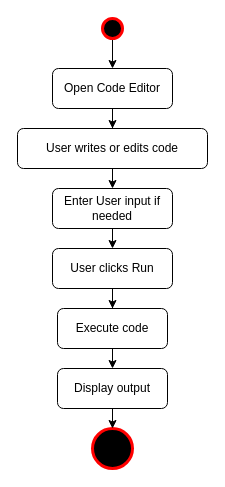
The draw.io diagram page "Run Code" (7 of 15) of Activity Diagram.drawio in shamim36/Final-Defence-Diagram, before the edit. Source tidied: cells renumbered, new cells numbered last; positions are measured from the earlier drawing's top-left corner, leaving out a move shared by most shapes. Both pictures are drawn from the tidied source at 100%, with x=0, y=0 at pixel (17, 18).
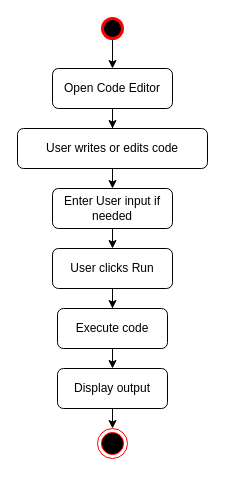
The same diagram, later.

Change to the diagram source:
```diff
@@
 <mxGraphModel>
   <root>
     <mxCell id="0" />
     <mxCell id="1" parent="0" />
     <mxCell id="2" style="edgeStyle=orthogonalEdgeStyle;rounded=0;jettySize=auto;html=1;exitX=0.5;exitY=1;exitDx=0;exitDy=0;fontFamily=Helvetica;fontSize=12;fontColor=default;" parent="1" edge="1" source="3" target="5">
       <mxGeometry relative="1" as="geometry" />
     </mxCell>
     <mxCell id="3" value="Open Code Editor" style="rounded=1;whiteSpace=wrap;html=1;fontSize=12;glass=0;strokeWidth=1;shadow=0;" parent="1" vertex="1">
       <mxGeometry x="35" y="50" width="120" height="40" as="geometry" />
     </mxCell>
     <mxCell id="4" style="edgeStyle=orthogonalEdgeStyle;rounded=0;jettySize=auto;html=1;exitX=0.5;exitY=1;exitDx=0;exitDy=0;entryX=0.5;entryY=0;entryDx=0;entryDy=0;fontFamily=Helvetica;fontSize=12;fontColor=default;" parent="1" edge="1" source="5" target="7">
       <mxGeometry relative="1" as="geometry" />
     </mxCell>
     <mxCell id="5" value="User writes or edits code" style="rounded=1;whiteSpace=wrap;html=1;fontSize=12;glass=0;strokeWidth=1;shadow=0;" parent="1" vertex="1">
       <mxGeometry y="110" width="190" height="40" as="geometry" />
     </mxCell>
     <mxCell id="6" style="edgeStyle=orthogonalEdgeStyle;rounded=0;jettySize=auto;html=1;exitX=0.5;exitY=1;exitDx=0;exitDy=0;entryX=0.5;entryY=0;entryDx=0;entryDy=0;fontFamily=Helvetica;fontSize=12;fontColor=default;" parent="1" edge="1" source="7" target="12">
       <mxGeometry relative="1" as="geometry" />
     </mxCell>
     <mxCell id="7" value="Enter User input if needed" style="rounded=1;whiteSpace=wrap;html=1;fontSize=12;glass=0;strokeWidth=1;shadow=0;" parent="1" vertex="1">
       <mxGeometry x="35" y="170" width="120" height="40" as="geometry" />
     </mxCell>
-    <mxCell id="8" style="strokeWidth=3;html=1;shape=mxgraph.flowchart.start_2;whiteSpace=wrap;sketch=0;fillStyle=solid;strokeColor=light-dark(#FF0000,#EDEDED);align=center;verticalAlign=middle;fontFamily=Helvetica;fontSize=12;fontColor=default;fillColor=#000000;" parent="1" vertex="1">
-      <mxGeometry x="75" y="410" width="40" height="40" as="geometry" />
-    </mxCell>
     <mxCell id="9" style="edgeStyle=orthogonalEdgeStyle;rounded=0;jettySize=auto;html=1;exitX=0.5;exitY=1;exitDx=0;exitDy=0;exitPerimeter=0;fontFamily=Helvetica;fontSize=12;fontColor=default;" parent="1" edge="1" source="10" target="3">
       <mxGeometry relative="1" as="geometry" />
     </mxCell>
     <mxCell id="10" style="strokeWidth=3;html=1;shape=mxgraph.flowchart.start_2;whiteSpace=wrap;sketch=0;fillStyle=solid;strokeColor=light-dark(#FF0000,#EDEDED);align=center;verticalAlign=middle;fontFamily=Helvetica;fontSize=12;fontColor=default;fillColor=#000000;" parent="1" vertex="1">
       <mxGeometry x="85" width="20" height="20" as="geometry" />
     </mxCell>
     <mxCell id="11" style="edgeStyle=orthogonalEdgeStyle;rounded=0;jettySize=auto;html=1;exitX=0.5;exitY=1;exitDx=0;exitDy=0;fontFamily=Helvetica;fontSize=12;fontColor=default;" parent="1" edge="1" source="12" target="14">
       <mxGeometry relative="1" as="geometry" />
     </mxCell>
     <mxCell id="12" value="User clicks Run" style="rounded=1;whiteSpace=wrap;html=1;fontSize=12;glass=0;strokeWidth=1;shadow=0;" parent="1" vertex="1">
       <mxGeometry x="35" y="230" width="120" height="40" as="geometry" />
     </mxCell>
     <mxCell id="13" style="edgeStyle=orthogonalEdgeStyle;rounded=0;jettySize=auto;html=1;exitX=0.5;exitY=1;exitDx=0;exitDy=0;entryX=0.5;entryY=0;entryDx=0;entryDy=0;fontFamily=Helvetica;fontSize=12;fontColor=default;" parent="1" edge="1" source="14" target="15">
       <mxGeometry relative="1" as="geometry" />
     </mxCell>
     <mxCell id="14" value="Execute code" style="rounded=1;whiteSpace=wrap;html=1;fontSize=12;glass=0;strokeWidth=1;shadow=0;" parent="1" vertex="1">
       <mxGeometry x="40" y="290" width="110" height="40" as="geometry" />
     </mxCell>
     <mxCell id="15" value="Display output" style="rounded=1;whiteSpace=wrap;html=1;fontSize=12;glass=0;strokeWidth=1;shadow=0;" parent="1" vertex="1">
       <mxGeometry x="40" y="350" width="110" height="40" as="geometry" />
     </mxCell>
-    <mxCell id="16" style="edgeStyle=orthogonalEdgeStyle;rounded=0;jettySize=auto;html=1;exitX=0.5;exitY=1;exitDx=0;exitDy=0;entryX=0.5;entryY=0;entryDx=0;entryDy=0;entryPerimeter=0;fontFamily=Helvetica;fontSize=12;fontColor=default;" parent="1" edge="1" source="15" target="8">
-      <mxGeometry relative="1" as="geometry" />
+    <mxCell id="16" style="edgeStyle=orthogonalEdgeStyle;rounded=0;jettySize=auto;html=1;exitX=0.5;exitY=1;exitDx=0;exitDy=0;entryX=0.5;entryY=0;entryDx=0;entryDy=0;entryPerimeter=0;fontFamily=Helvetica;fontSize=12;fontColor=default;" parent="1" edge="1" source="15">
+      <mxGeometry relative="1" as="geometry">
+        <mxPoint x="95" y="410" as="targetPoint" />
+      </mxGeometry>
     </mxCell>
+    <mxCell id="17" style="ellipse;html=1;shape=endState;fillColor=#000000;strokeColor=#ff0000;" parent="1" vertex="1">
+      <mxGeometry x="80" y="410" width="30" height="30" as="geometry" />
+    </mxCell>
   </root>
 </mxGraphModel>
```
